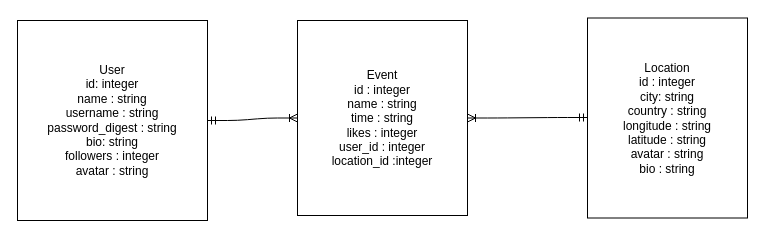
Before: tables.drawio in gbenga/stream-nature-backend, a draw.io diagram. Source tidied: cells renumbered, new cells numbered last; positions are measured from the earlier drawing's top-left corner, leaving out a move shared by most shapes. Both pictures are drawn from the tidied source at 100%, with x=0, y=0 at pixel (17, 18).
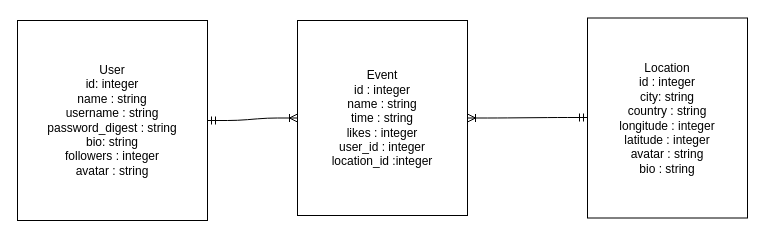
Above is the later version.

The edit, as a diff of the source:
```diff
@@
 <mxGraphModel>
   <root>
     <mxCell id="0" />
     <mxCell id="1" parent="0" />
     <mxCell id="2" value="Event&lt;br&gt;id : integer&lt;br&gt;name : string&lt;br&gt;time : string&lt;br&gt;likes : integer&lt;br&gt;user_id : integer&lt;br&gt;location_id :integer" style="rounded=0;whiteSpace=wrap;html=1;" parent="1" vertex="1">
       <mxGeometry x="280" y="2" width="170" height="195" as="geometry" />
     </mxCell>
     <mxCell id="3" value="User&lt;br&gt;id: integer&lt;br&gt;name : string&lt;br&gt;username : string&lt;br&gt;password_digest : string&lt;br&gt;bio: string&lt;br&gt;followers : integer&lt;br&gt;avatar : string" style="rounded=0;whiteSpace=wrap;html=1;" parent="1" vertex="1">
       <mxGeometry y="2" width="190" height="200" as="geometry" />
     </mxCell>
-    <mxCell id="4" value="Location&lt;br&gt;id : integer&lt;br&gt;city: string&lt;br&gt;country : string&lt;br&gt;longitude : string&lt;br&gt;latitude : string&lt;br&gt;avatar : string&lt;br&gt;bio : string" style="rounded=0;whiteSpace=wrap;html=1;" parent="1" vertex="1">
+    <mxCell id="4" value="Location&lt;br&gt;id : integer&lt;br&gt;city: string&lt;br&gt;country : string&lt;br&gt;longitude : integer&lt;br&gt;latitude : integer&lt;br&gt;avatar : string&lt;br&gt;bio : string" style="rounded=0;whiteSpace=wrap;html=1;" parent="1" vertex="1">
       <mxGeometry x="570" y="-0.5" width="160" height="200" as="geometry" />
     </mxCell>
     <mxCell id="5" style="edgeStyle=entityRelationEdgeStyle;fontSize=12;html=1;endArrow=ERoneToMany;startArrow=ERmandOne;entryX=0;entryY=0.5;entryDx=0;entryDy=0;endFill=0;exitX=1;exitY=0.5;exitDx=0;exitDy=0;" parent="1" edge="1" source="3" target="2">
       <mxGeometry relative="1" as="geometry" />
     </mxCell>
     <mxCell id="6" style="edgeStyle=entityRelationEdgeStyle;fontSize=12;html=1;endArrow=ERmandOne;startArrow=ERoneToMany;entryX=0;entryY=0.5;entryDx=0;entryDy=0;startFill=0;endFill=0;" parent="1" edge="1" source="2">
       <mxGeometry relative="1" as="geometry">
         <mxPoint x="570" y="99" as="targetPoint" />
       </mxGeometry>
     </mxCell>
   </root>
 </mxGraphModel>
```
